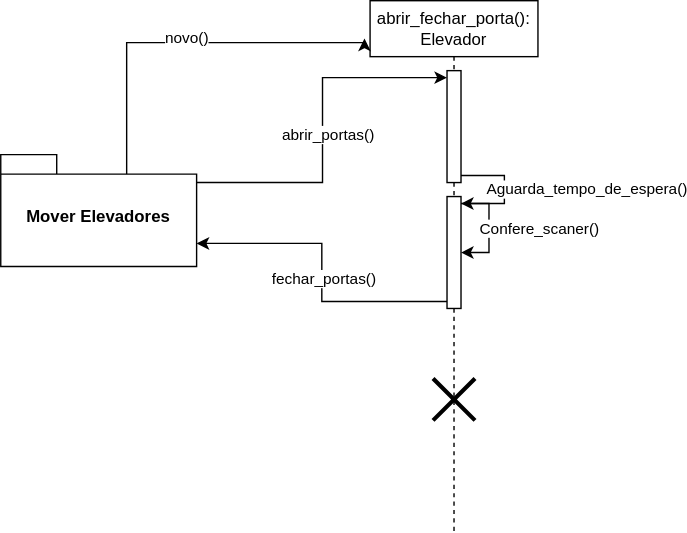
Above: Diagrama-Sequencia/Abre_FechaPorta.svg in wholocked1/Projeto-2-modelagem (draw.io), before the change. Source tidied: cells renumbered, new cells last; positions are measured from the earlier drawing's top-left corner, leaving out a move shared by most shapes.
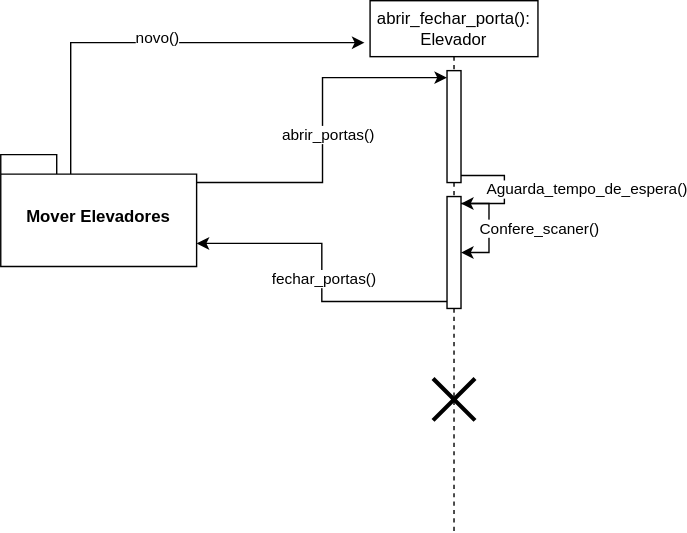
Later version of the same file.

Diff of the diagram source:
```diff
@@ -35,12 +35,13 @@
     <mxCell id="9" style="shape=umlDestroy;whiteSpace=wrap;html=1;strokeWidth=3;targetShapes=umlLifeline;" parent="2" vertex="1">
       <mxGeometry x="45" y="270" width="30" height="30" as="geometry" />
     </mxCell>
-    <mxCell id="10" style="edgeStyle=orthogonalEdgeStyle;rounded=0;jettySize=auto;html=1;exitX=0;exitY=0;exitDx=90;exitDy=14;exitPerimeter=0;" parent="1" edge="1" source="12">
+    <mxCell id="10" style="edgeStyle=orthogonalEdgeStyle;rounded=0;orthogonalLoop=1;jettySize=auto;html=1;exitX=0;exitY=0;exitDx=90;exitDy=14;exitPerimeter=0;" parent="1" edge="1">
       <mxGeometry relative="1" as="geometry">
-        <mxPoint x="260" y="27" as="targetPoint" />
+        <mxPoint x="50" y="124" as="sourcePoint" />
+        <mxPoint x="260" y="30" as="targetPoint" />
         <Array as="points">
-          <mxPoint x="90" y="30" />
-          <mxPoint x="260" y="30" />
+          <mxPoint x="50" y="30" />
+          <mxPoint x="220" y="30" />
         </Array>
       </mxGeometry>
     </mxCell>
```
